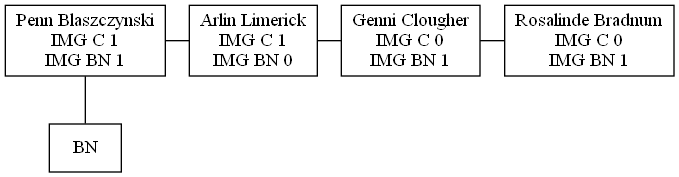
This is Fase1/clientesEnEspera.png from d-acetun/simulacion-sistema-impresion-de-imagenes, a Graphviz export, as it was before one commit. Its source is kept beside it as Fase1/clientesEnEspera.dot.
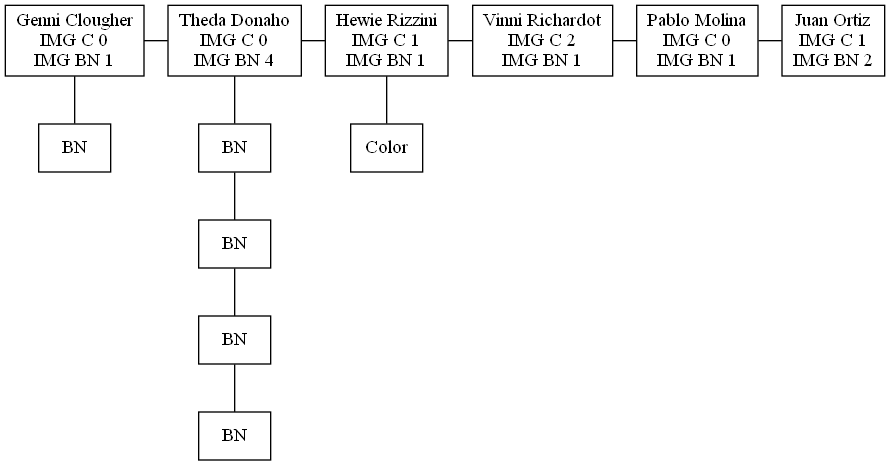
Later version of the same file.

Change to the diagram source:
```diff
@@ -1,17 +1,33 @@
 digraph ClientesEnEspera {
 node[shape=box]
 edge[arrowhead=none]
-0 [label="Penn Blaszczynski\nIMG C 1\nIMG BN 1"]
+0 [label="Genni Clougher\nIMG C 0\nIMG BN 1"]
 1 [label=BN]
-2 [label="Arlin Limerick\nIMG C 1\nIMG BN 0"]
-3 [label="Genni Clougher\nIMG C 0\nIMG BN 1"]
-4 [label="Rosalinde Bradnum\nIMG C 0\nIMG BN 1"]
+2 [label="Theda Donaho\nIMG C 0\nIMG BN 4"]
+3 [label=BN]
+4 [label=BN]
+5 [label=BN]
+6 [label=BN]
+7 [label="Hewie Rizzini\nIMG C 1\nIMG BN 1"]
+8 [label=Color]
+9 [label="Vinni Richardot\nIMG C 2\nIMG BN 1"]
+10 [label="Pablo Molina\nIMG C 0\nIMG BN 1"]
+11 [label="Juan Ortiz\nIMG C 1\nIMG BN 2"]
 0->1
 0->2
 2->3
 3->4
+4->5
+5->6
+2->7
+7->8
+7->9
+9->10
+10->11
 {rank=same; 0; 2}
-{rank=same; 2; 3}
-{rank=same; 3; 4}
+{rank=same; 2; 7}
+{rank=same; 7; 9}
+{rank=same; 9; 10}
+{rank=same; 10; 11}
 rankdir=TB
 }
```
